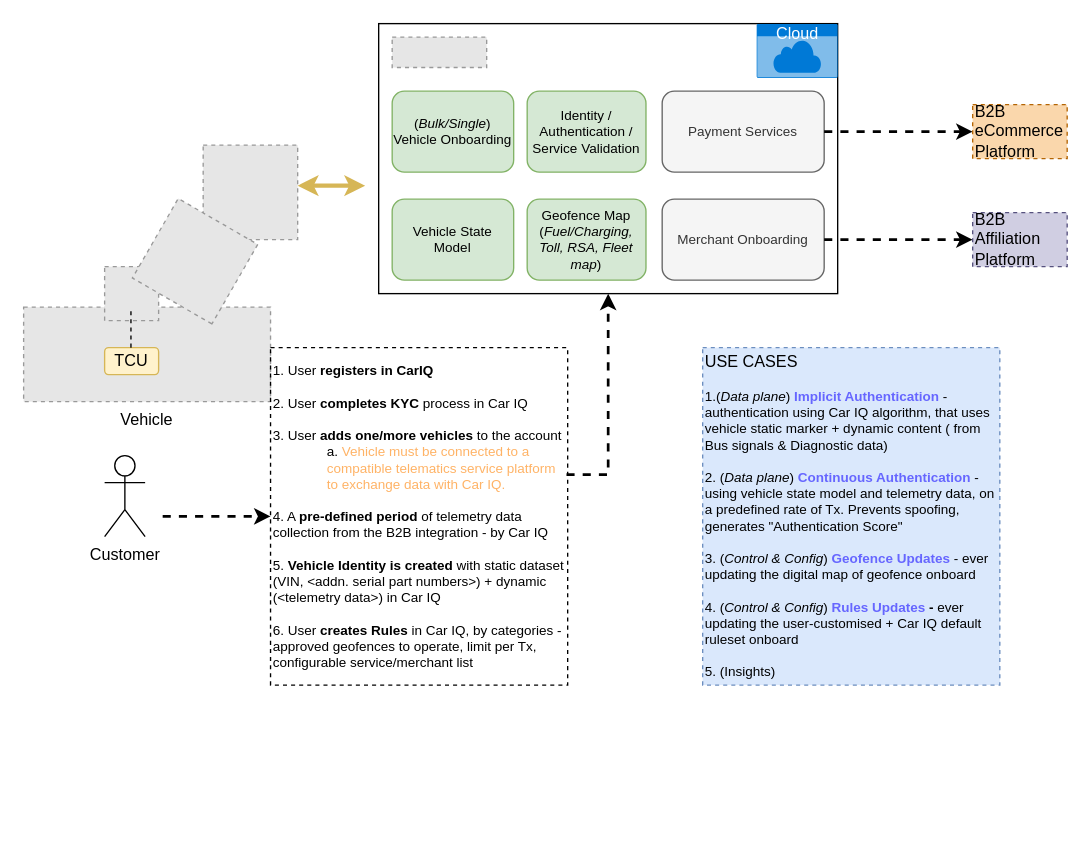
The draw.io diagram src/main/resources/Untitled Diagram.drawio in subhachat/CodeKata, before the edit. Source tidied: cells renumbered, new cells numbered last; positions are measured from the earlier drawing's top-left corner, leaving out a move shared by most shapes. Both pictures are drawn from the tidied source at 135%, with x=0, y=0 at pixel (23, 23). Pictures stored in the file or linked from it are replaced by grey dashed boxes.
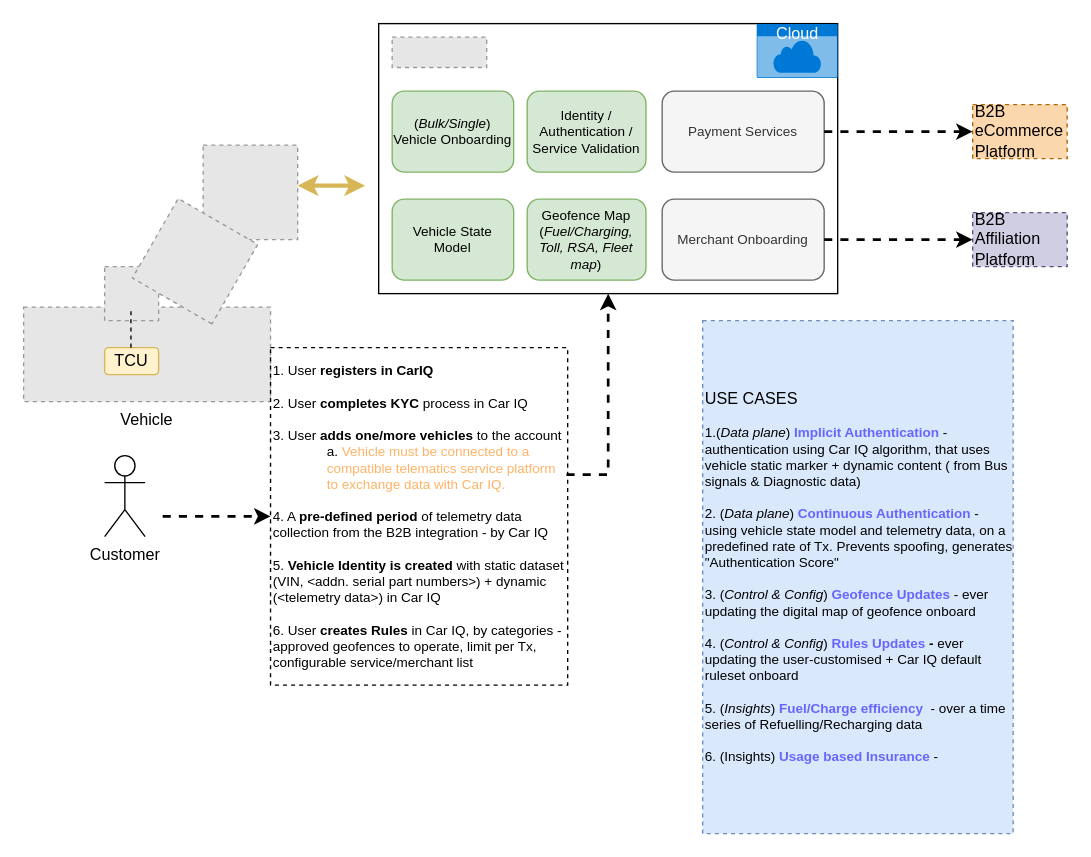
After the change.

Change to the diagram source:
```diff
@@
-    <mxCell id="21" value="&lt;font style=&quot;font-size: 12px&quot;&gt;USE CASES&lt;/font&gt;&lt;br&gt;&lt;br&gt;1.(&lt;i&gt;Data plane&lt;/i&gt;)&amp;nbsp;&lt;b&gt;&lt;font color=&quot;#6666ff&quot;&gt;Implicit Authentication&lt;/font&gt;&lt;/b&gt; - authentication using Car IQ algorithm, that uses vehicle static marker + dynamic content ( from Bus signals &amp;amp; Diagnostic data)&lt;br&gt;&lt;br&gt;2. (&lt;i&gt;Data plane&lt;/i&gt;)&amp;nbsp;&lt;font color=&quot;#6666ff&quot;&gt;&lt;b&gt;Continuous Authentication&lt;/b&gt;&lt;/font&gt; - using vehicle state model and telemetry data, on a predefined rate of Tx. Prevents spoofing, generates &quot;Authentication Score&quot;&lt;br&gt;&lt;br&gt;3. (&lt;i&gt;Control &amp;amp; Config&lt;/i&gt;) &lt;b&gt;&lt;font color=&quot;#6666ff&quot;&gt;Geofence Updates&lt;/font&gt;&lt;/b&gt; - ever updating the digital map of geofence onboard&lt;br&gt;&lt;br&gt;4. (&lt;i&gt;Control &amp;amp; Config&lt;/i&gt;) &lt;b&gt;&lt;font color=&quot;#6666ff&quot;&gt;Rules Updates&lt;/font&gt; -&amp;nbsp;&lt;/b&gt;ever updating the user-customised + Car IQ default ruleset onboard&lt;br&gt;&lt;br&gt;5. (Insights)" style="text;html=1;strokeColor=#6c8ebf;fillColor=#dae8fc;align=left;verticalAlign=middle;whiteSpace=wrap;rounded=0;fontSize=10;dashed=1;" parent="1" vertex="1">
-      <mxGeometry x="503" y="240" width="220.1" height="250" as="geometry" />
+    <mxCell id="21" value="&lt;font style=&quot;font-size: 12px&quot;&gt;USE CASES&lt;/font&gt;&lt;br&gt;&lt;br&gt;1.(&lt;i&gt;Data plane&lt;/i&gt;)&amp;nbsp;&lt;b&gt;&lt;font color=&quot;#6666ff&quot;&gt;Implicit Authentication&lt;/font&gt;&lt;/b&gt; - authentication using Car IQ algorithm, that uses vehicle static marker + dynamic content ( from Bus signals &amp;amp; Diagnostic data)&lt;br&gt;&lt;br&gt;2. (&lt;i&gt;Data plane&lt;/i&gt;)&amp;nbsp;&lt;font color=&quot;#6666ff&quot;&gt;&lt;b&gt;Continuous Authentication&lt;/b&gt;&lt;/font&gt; - using vehicle state model and telemetry data, on a predefined rate of Tx. Prevents spoofing, generates &quot;Authentication Score&quot;&lt;br&gt;&lt;br&gt;3. (&lt;i&gt;Control &amp;amp; Config&lt;/i&gt;) &lt;b&gt;&lt;font color=&quot;#6666ff&quot;&gt;Geofence Updates&lt;/font&gt;&lt;/b&gt; - ever updating the digital map of geofence onboard&lt;br&gt;&lt;br&gt;4. (&lt;i&gt;Control &amp;amp; Config&lt;/i&gt;) &lt;b&gt;&lt;font color=&quot;#6666ff&quot;&gt;Rules Updates&lt;/font&gt; -&amp;nbsp;&lt;/b&gt;ever updating the user-customised + Car IQ default ruleset onboard&lt;br&gt;&lt;br&gt;5. (&lt;i&gt;Insights&lt;/i&gt;) &lt;b&gt;&lt;font color=&quot;#6666ff&quot;&gt;Fuel/Charge efficiency&lt;/font&gt;&lt;/b&gt;&amp;nbsp; - over a time series of Refuelling/Recharging data&lt;br&gt;&lt;br&gt;6. (Insights) &lt;b&gt;&lt;font color=&quot;#6666ff&quot;&gt;Usage based Insurance&lt;/font&gt;&lt;/b&gt; -&amp;nbsp;" style="text;html=1;strokeColor=#6c8ebf;fillColor=#dae8fc;align=left;verticalAlign=middle;whiteSpace=wrap;rounded=0;fontSize=10;dashed=1;" parent="1" vertex="1">
+      <mxGeometry x="503" y="220" width="230" height="380" as="geometry" />
     </mxCell>
```
